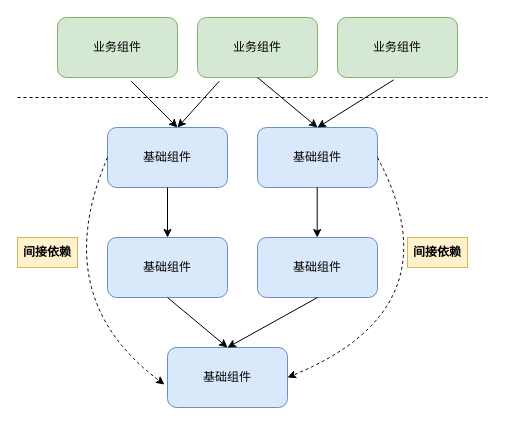
Before: page "Page-1" (1 of 3) of DependencySlove.drawio in desertslin/graph, a draw.io diagram. Source tidied: cells renumbered, new cells numbered last; positions are measured from the earlier drawing's top-left corner, leaving out a move shared by most shapes. Both pictures are drawn from the tidied source at 100%, with x=0, y=0 at pixel (17, 17).
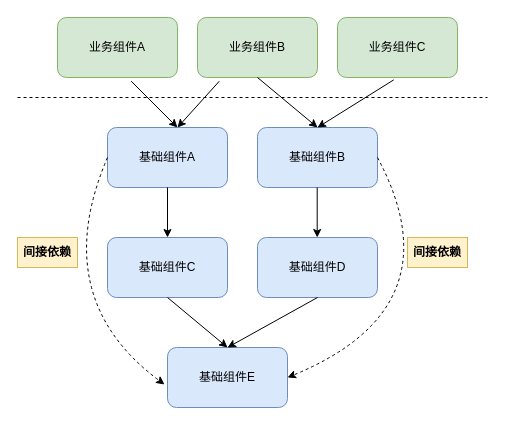
The same diagram, later.

Change to the diagram source:
```diff
@@
-    <mxCell id="2" value="业务组件" style="rounded=1;whiteSpace=wrap;html=1;fillColor=#d5e8d4;strokeColor=#82b366;" parent="1" vertex="1">
+    <mxCell id="2" value="业务组件A" style="rounded=1;whiteSpace=wrap;html=1;fillColor=#d5e8d4;strokeColor=#82b366;" parent="1" vertex="1">
       <mxGeometry x="40" width="120" height="60" as="geometry" />
     </mxCell>
-    <mxCell id="3" value="业务组件" style="rounded=1;whiteSpace=wrap;html=1;fillColor=#d5e8d4;strokeColor=#82b366;" parent="1" vertex="1">
+    <mxCell id="3" value="业务组件B" style="rounded=1;whiteSpace=wrap;html=1;fillColor=#d5e8d4;strokeColor=#82b366;" parent="1" vertex="1">
       <mxGeometry x="180" width="120" height="60" as="geometry" />
     </mxCell>
-    <mxCell id="4" value="业务组件" style="rounded=1;whiteSpace=wrap;html=1;fillColor=#d5e8d4;strokeColor=#82b366;" parent="1" vertex="1">
+    <mxCell id="4" value="业务组件C" style="rounded=1;whiteSpace=wrap;html=1;fillColor=#d5e8d4;strokeColor=#82b366;" parent="1" vertex="1">
       <mxGeometry x="320" width="120" height="60" as="geometry" />
     </mxCell>
@@
-    <mxCell id="6" value="基础组件" style="rounded=1;whiteSpace=wrap;html=1;fillColor=#dae8fc;strokeColor=#6c8ebf;" parent="1" vertex="1">
+    <mxCell id="6" value="基础组件A" style="rounded=1;whiteSpace=wrap;html=1;fillColor=#dae8fc;strokeColor=#6c8ebf;" parent="1" vertex="1">
       <mxGeometry x="90" y="110" width="120" height="60" as="geometry" />
     </mxCell>
-    <mxCell id="7" value="基础组件" style="rounded=1;whiteSpace=wrap;html=1;fillColor=#dae8fc;strokeColor=#6c8ebf;" parent="1" vertex="1">
+    <mxCell id="7" value="基础组件B" style="rounded=1;whiteSpace=wrap;html=1;fillColor=#dae8fc;strokeColor=#6c8ebf;" parent="1" vertex="1">
       <mxGeometry x="240" y="110" width="120" height="60" as="geometry" />
     </mxCell>
-    <mxCell id="8" value="基础组件" style="rounded=1;whiteSpace=wrap;html=1;fillColor=#dae8fc;strokeColor=#6c8ebf;" parent="1" vertex="1">
+    <mxCell id="8" value="基础组件C" style="rounded=1;whiteSpace=wrap;html=1;fillColor=#dae8fc;strokeColor=#6c8ebf;" parent="1" vertex="1">
       <mxGeometry x="90" y="220" width="120" height="60" as="geometry" />
     </mxCell>
-    <mxCell id="9" value="基础组件" style="rounded=1;whiteSpace=wrap;html=1;fillColor=#dae8fc;strokeColor=#6c8ebf;" parent="1" vertex="1">
+    <mxCell id="9" value="基础组件D" style="rounded=1;whiteSpace=wrap;html=1;fillColor=#dae8fc;strokeColor=#6c8ebf;" parent="1" vertex="1">
       <mxGeometry x="240" y="220" width="120" height="60" as="geometry" />
     </mxCell>
-    <mxCell id="10" value="基础组件" style="rounded=1;whiteSpace=wrap;html=1;fillColor=#dae8fc;strokeColor=#6c8ebf;" parent="1" vertex="1">
+    <mxCell id="10" value="基础组件E" style="rounded=1;whiteSpace=wrap;html=1;fillColor=#dae8fc;strokeColor=#6c8ebf;" parent="1" vertex="1">
       <mxGeometry x="150" y="330" width="120" height="60" as="geometry" />
     </mxCell>
```
